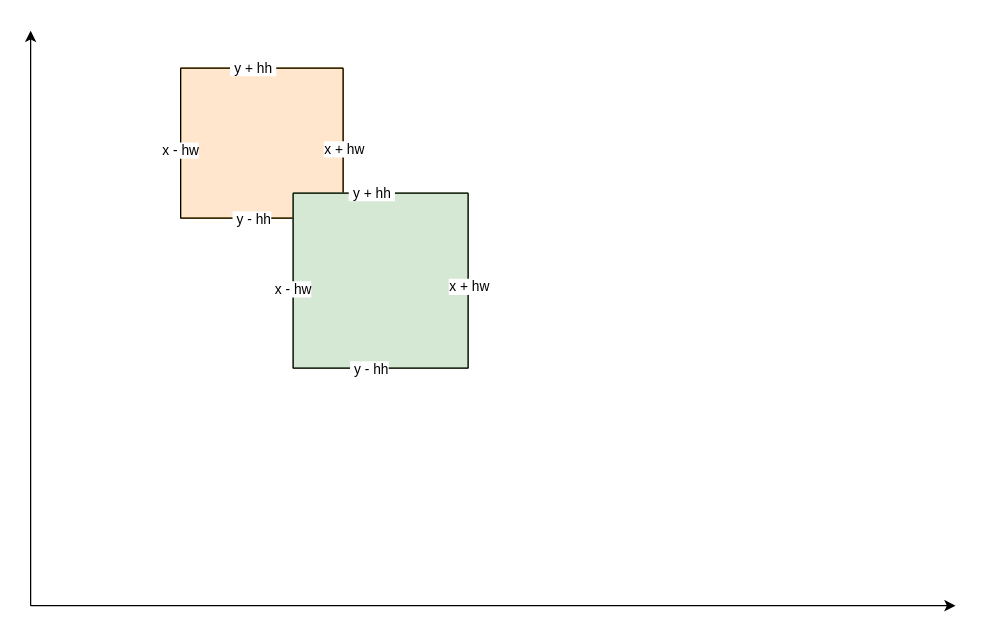
Above: assets/uagent.drawio in vagra/grid (draw.io), before the change. Source tidied: cells renumbered, new cells numbered last; positions are measured from the earlier drawing's top-left corner, leaving out a move shared by most shapes. Both pictures are drawn from the tidied source at 125%, with x=0, y=0 at pixel (30, 30).
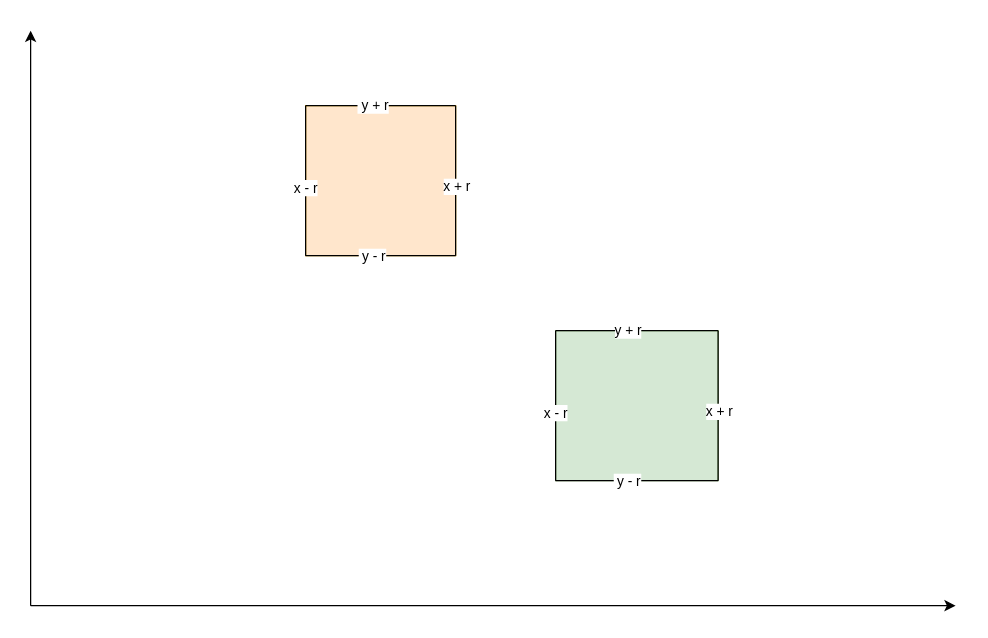
The same page after the edit.

The change refers to these unchanged cells:
```xml
<mxCell id="3" style="endArrow=none;html=1;rounded=0;" parent="2" edge="1">
  <mxGeometry relative="1" as="geometry">
    <mxPoint y="120" as="sourcePoint" />
    <mxPoint as="targetPoint" />
  </mxGeometry>
</mxCell>
```

Change to the diagram source:
```diff
@@
     <mxCell id="2" style="group;fillColor=#ffe6cc;strokeColor=#d79b00;" parent="1" vertex="1">
-      <mxGeometry x="120" y="30" width="130" height="120" as="geometry" />
+      <mxGeometry x="220" y="60" width="120" height="120" as="geometry" />
     </mxCell>
@@
-    <mxCell id="4" value="x - hw" style="edgeLabel;html=1;align=center;verticalAlign=middle;" parent="3" vertex="1">
+    <mxCell id="4" value="x - r" style="edgeLabel;html=1;align=center;verticalAlign=middle;" parent="3" vertex="1">
       <mxGeometry x="-0.08" y="1" relative="1" as="geometry" />
     </mxCell>
     <mxCell id="5" style="endArrow=none;html=1;rounded=0;" parent="2" edge="1">
       <mxGeometry relative="1" as="geometry">
         <mxPoint y="120" as="sourcePoint" />
-        <mxPoint x="130" y="120" as="targetPoint" />
+        <mxPoint x="120" y="120" as="targetPoint" />
       </mxGeometry>
     </mxCell>
-    <mxCell id="6" value="&amp;nbsp;y - hh" style="edgeLabel;html=1;align=center;verticalAlign=middle;" parent="5" vertex="1">
+    <mxCell id="6" value="&amp;nbsp;y - r" style="edgeLabel;html=1;align=center;verticalAlign=middle;" parent="5" vertex="1">
       <mxGeometry x="-0.14" relative="1" as="geometry" />
     </mxCell>
     <mxCell id="7" style="endArrow=none;html=1;rounded=0;" parent="2" edge="1">
       <mxGeometry relative="1" as="geometry">
         <mxPoint as="sourcePoint" />
-        <mxPoint x="130" as="targetPoint" />
+        <mxPoint x="120" as="targetPoint" />
       </mxGeometry>
     </mxCell>
-    <mxCell id="8" value="&amp;nbsp;y + hh&amp;nbsp;" style="edgeLabel;html=1;align=center;verticalAlign=middle;" parent="7" vertex="1">
+    <mxCell id="8" value="&amp;nbsp;y + r" style="edgeLabel;html=1;align=center;verticalAlign=middle;" parent="7" vertex="1">
       <mxGeometry x="-0.12" y="1" relative="1" as="geometry" />
     </mxCell>
     <mxCell id="9" style="endArrow=none;html=1;rounded=0;" parent="2" edge="1">
       <mxGeometry relative="1" as="geometry">
-        <mxPoint x="130" as="sourcePoint" />
-        <mxPoint x="130" y="120" as="targetPoint" />
+        <mxPoint x="120" as="sourcePoint" />
+        <mxPoint x="120" y="120" as="targetPoint" />
       </mxGeometry>
     </mxCell>
-    <mxCell id="10" value="x + hw" style="edgeLabel;html=1;align=center;verticalAlign=middle;" parent="9" vertex="1">
+    <mxCell id="10" value="x + r" style="edgeLabel;html=1;align=center;verticalAlign=middle;" parent="9" vertex="1">
       <mxGeometry x="0.06" relative="1" as="geometry" />
     </mxCell>
+    <mxCell id="20" style="endArrow=classic;html=1;rounded=0;" parent="1" edge="1">
+      <mxGeometry relative="1" as="geometry">
+        <mxPoint y="460" as="sourcePoint" />
+        <mxPoint as="targetPoint" />
+      </mxGeometry>
+    </mxCell>
+    <mxCell id="21" style="endArrow=classic;html=1;rounded=0;" parent="1" edge="1">
+      <mxGeometry relative="1" as="geometry">
+        <mxPoint y="460" as="sourcePoint" />
+        <mxPoint x="740" y="460" as="targetPoint" />
+      </mxGeometry>
+    </mxCell>
     <mxCell id="11" style="group;fillColor=#d5e8d4;strokeColor=#82b366;" parent="1" vertex="1">
-      <mxGeometry x="210" y="130" width="140" height="140" as="geometry" />
+      <mxGeometry x="420" y="240" width="130" height="120" as="geometry" />
     </mxCell>
     <mxCell id="12" style="endArrow=none;html=1;rounded=0;" parent="11" edge="1">
       <mxGeometry relative="1" as="geometry">
-        <mxPoint y="140" as="sourcePoint" />
+        <mxPoint y="120" as="sourcePoint" />
         <mxPoint as="targetPoint" />
       </mxGeometry>
     </mxCell>
-    <mxCell id="13" value="x - hw" style="edgeLabel;html=1;align=center;verticalAlign=middle;" parent="12" vertex="1">
+    <mxCell id="13" value="x - r" style="edgeLabel;html=1;align=center;verticalAlign=middle;" parent="12" vertex="1">
       <mxGeometry x="-0.08" y="1" relative="1" as="geometry" />
     </mxCell>
     <mxCell id="14" style="endArrow=none;html=1;rounded=0;" parent="11" edge="1">
       <mxGeometry relative="1" as="geometry">
-        <mxPoint y="140" as="sourcePoint" />
-        <mxPoint x="140" y="140" as="targetPoint" />
+        <mxPoint y="120" as="sourcePoint" />
+        <mxPoint x="130" y="120" as="targetPoint" />
       </mxGeometry>
     </mxCell>
-    <mxCell id="15" value="&amp;nbsp;y - hh" style="edgeLabel;html=1;align=center;verticalAlign=middle;" parent="14" vertex="1">
+    <mxCell id="15" value="&amp;nbsp;y - r" style="edgeLabel;html=1;align=center;verticalAlign=middle;" parent="14" vertex="1">
       <mxGeometry x="-0.14" relative="1" as="geometry" />
     </mxCell>
     <mxCell id="16" style="endArrow=none;html=1;rounded=0;" parent="11" edge="1">
       <mxGeometry relative="1" as="geometry">
         <mxPoint as="sourcePoint" />
-        <mxPoint x="140" as="targetPoint" />
+        <mxPoint x="130" as="targetPoint" />
       </mxGeometry>
     </mxCell>
-    <mxCell id="17" value="&amp;nbsp;y + hh&amp;nbsp;" style="edgeLabel;html=1;align=center;verticalAlign=middle;" parent="16" vertex="1">
+    <mxCell id="17" value="y + r" style="edgeLabel;html=1;align=center;verticalAlign=middle;" parent="16" vertex="1">
       <mxGeometry x="-0.12" y="1" relative="1" as="geometry" />
     </mxCell>
     <mxCell id="18" style="endArrow=none;html=1;rounded=0;" parent="11" edge="1">
       <mxGeometry relative="1" as="geometry">
-        <mxPoint x="140" as="sourcePoint" />
-        <mxPoint x="140" y="140" as="targetPoint" />
+        <mxPoint x="130" as="sourcePoint" />
+        <mxPoint x="130" y="120" as="targetPoint" />
       </mxGeometry>
     </mxCell>
-    <mxCell id="19" value="x + hw" style="edgeLabel;html=1;align=center;verticalAlign=middle;" parent="18" vertex="1">
+    <mxCell id="19" value="x + r" style="edgeLabel;html=1;align=center;verticalAlign=middle;" parent="18" vertex="1">
       <mxGeometry x="0.06" relative="1" as="geometry" />
     </mxCell>
-    <mxCell id="20" style="endArrow=classic;html=1;rounded=0;" parent="1" edge="1">
-      <mxGeometry relative="1" as="geometry">
-        <mxPoint y="460" as="sourcePoint" />
-        <mxPoint as="targetPoint" />
-      </mxGeometry>
-    </mxCell>
-    <mxCell id="21" style="endArrow=classic;html=1;rounded=0;" parent="1" edge="1">
-      <mxGeometry relative="1" as="geometry">
-        <mxPoint y="460" as="sourcePoint" />
-        <mxPoint x="740" y="460" as="targetPoint" />
-      </mxGeometry>
-    </mxCell>
```
